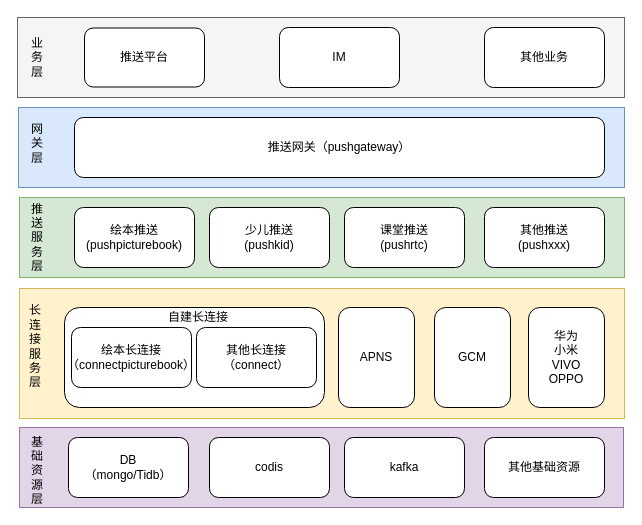
This is page "推送架构" (1 of 2) of test.drawio from joeytang/imgs, a draw.io file, before an edit. Source tidied: cells renumbered, new cells numbered last; positions are measured from the earlier drawing's top-left corner, leaving out a move shared by most shapes. Both pictures are drawn from the tidied source at 100%, with x=0, y=0 at pixel (17, 17).
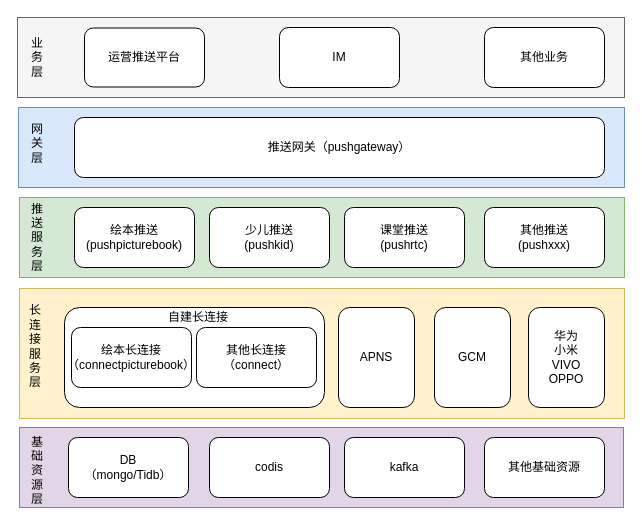
Above is the later version.

Change to the diagram source:
```diff
@@
-    <mxCell id="9" value="推送平台" style="rounded=1;whiteSpace=wrap;html=1;" parent="1" vertex="1">
+    <mxCell id="9" value="运营推送平台" style="rounded=1;whiteSpace=wrap;html=1;" parent="1" vertex="1">
       <mxGeometry x="67" y="10.5" width="120" height="59" as="geometry" />
     </mxCell>
```
